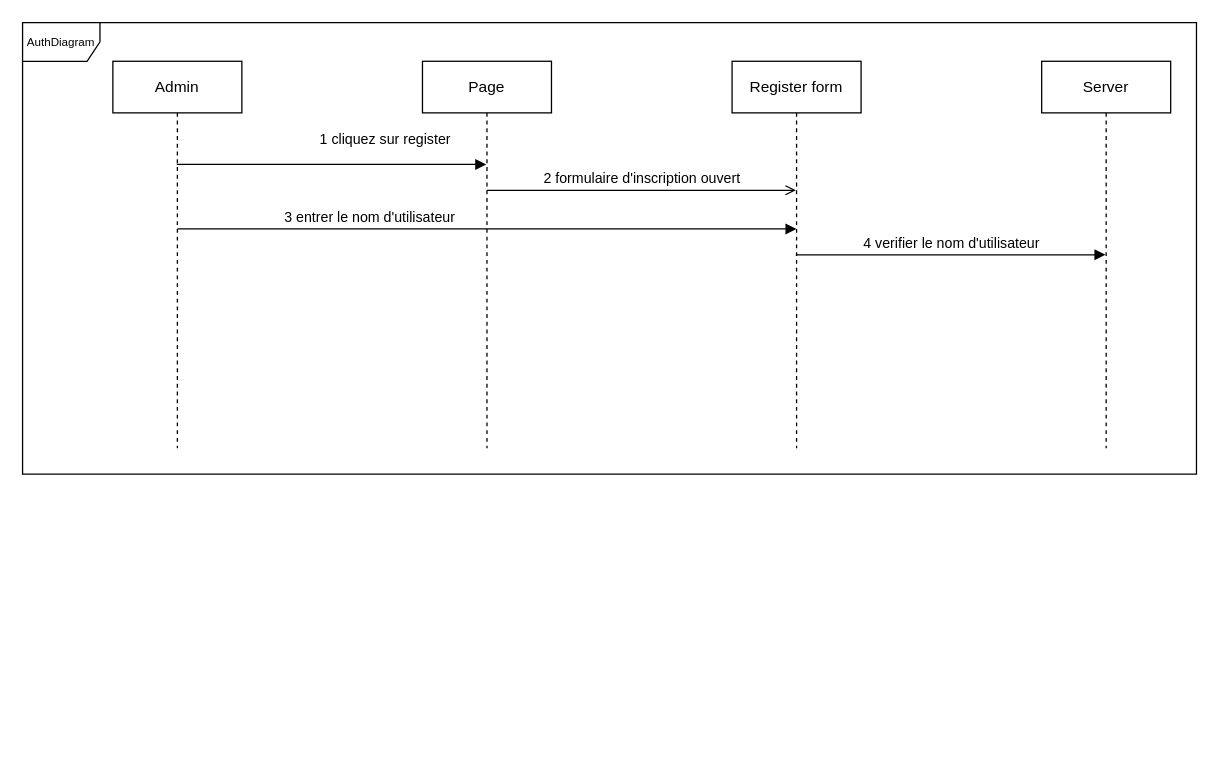
Before: DiagramSequenceAuthCnrst.drawio in hindCode/cnrst, a draw.io diagram. Source tidied: cells renumbered, new cells numbered last; positions are measured from the earlier drawing's top-left corner, leaving out a move shared by most shapes. Both pictures are drawn from the tidied source at 129%, with x=0, y=0 at pixel (22, 22).
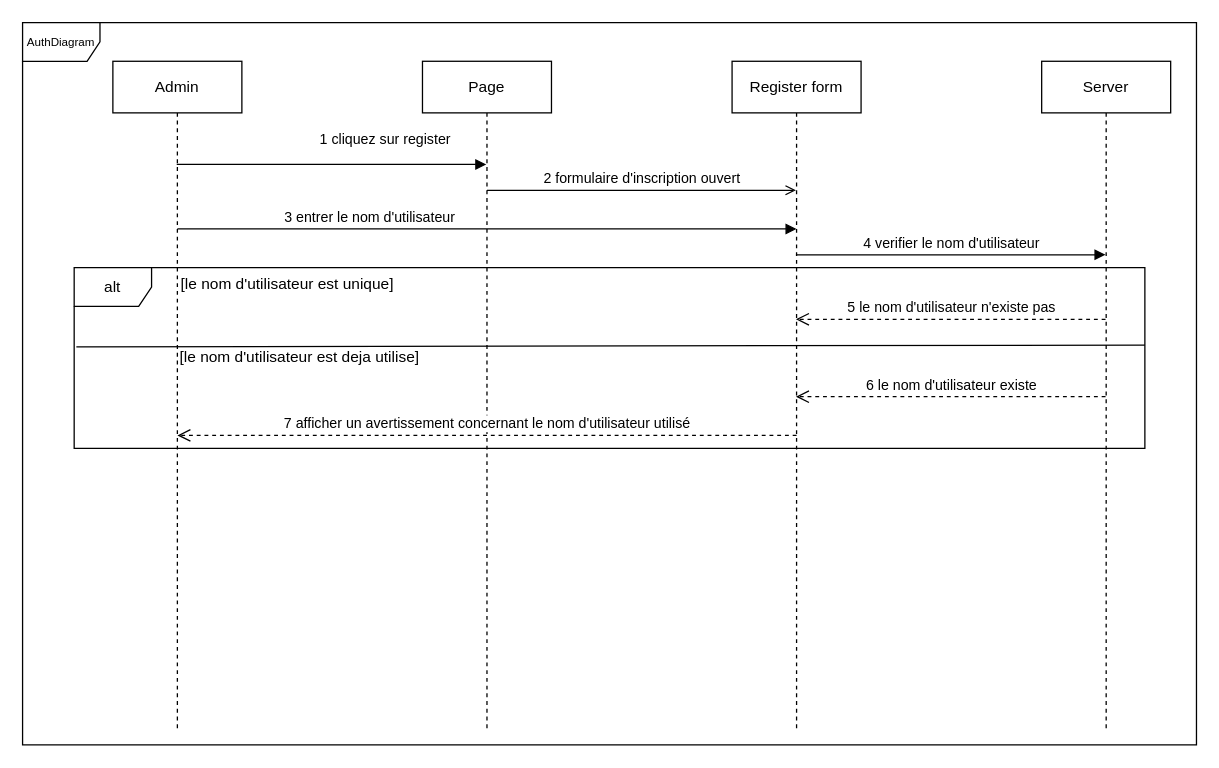
The same page after the edit.

The edit, as a diff of the source:
```diff
@@
     <mxCell id="2" value="Admin" style="shape=umlLifeline;perimeter=lifelinePerimeter;whiteSpace=wrap;html=1;newEdgeStyle={&quot;edgeStyle&quot;:&quot;elbowEdgeStyle&quot;,&quot;elbow&quot;:&quot;vertical&quot;,&quot;curved&quot;:0,&quot;rounded&quot;:0};" parent="1" vertex="1">
-      <mxGeometry x="70" y="30" width="100" height="300" as="geometry" />
+      <mxGeometry x="70" y="30" width="100" height="520" as="geometry" />
     </mxCell>
     <mxCell id="3" value="Page" style="shape=umlLifeline;perimeter=lifelinePerimeter;whiteSpace=wrap;html=1;newEdgeStyle={&quot;edgeStyle&quot;:&quot;elbowEdgeStyle&quot;,&quot;elbow&quot;:&quot;vertical&quot;,&quot;curved&quot;:0,&quot;rounded&quot;:0};" parent="1" vertex="1">
-      <mxGeometry x="310" y="30" width="100" height="300" as="geometry" />
+      <mxGeometry x="310" y="30" width="100" height="520" as="geometry" />
     </mxCell>
     <mxCell id="4" value="Register form" style="shape=umlLifeline;perimeter=lifelinePerimeter;whiteSpace=wrap;html=1;outlineConnect=0;portConstraint=eastwest;newEdgeStyle={&quot;edgeStyle&quot;:&quot;elbowEdgeStyle&quot;,&quot;elbow&quot;:&quot;vertical&quot;,&quot;curved&quot;:0,&quot;rounded&quot;:0};" parent="1" vertex="1">
-      <mxGeometry x="550" y="30" width="100" height="300" as="geometry" />
+      <mxGeometry x="550" y="30" width="100" height="520" as="geometry" />
     </mxCell>
     <mxCell id="5" value="&lt;font style=&quot;font-size: 9px;&quot;&gt;AuthDiagram&lt;/font&gt;" style="shape=umlFrame;whiteSpace=wrap;html=1;" parent="1" vertex="1">
-      <mxGeometry width="910" height="350" as="geometry" />
+      <mxGeometry width="910" height="560" as="geometry" />
     </mxCell>
@@
     <mxCell id="7" value="Server" style="shape=umlLifeline;perimeter=lifelinePerimeter;whiteSpace=wrap;html=1;outlineConnect=0;portConstraint=eastwest;newEdgeStyle={&quot;edgeStyle&quot;:&quot;elbowEdgeStyle&quot;,&quot;elbow&quot;:&quot;vertical&quot;,&quot;curved&quot;:0,&quot;rounded&quot;:0};" parent="1" vertex="1">
-      <mxGeometry x="790" y="30" width="100" height="300" as="geometry" />
+      <mxGeometry x="790" y="30" width="100" height="520" as="geometry" />
     </mxCell>
@@
-    <mxCell id="10" value="4 verifier le nom d'utilisateur" style="html=1;verticalAlign=bottom;endArrow=block;curved=0;rounded=0;" parent="1" edge="1" source="4" target="7">
-      <mxGeometry relative="1" as="geometry" />
+    <mxCell id="10" value="4 verifier le nom d'utilisateur" style="html=1;verticalAlign=bottom;endArrow=block;curved=0;rounded=0;" parent="1" edge="1">
+      <mxGeometry relative="1" as="geometry">
+        <mxPoint x="599.5" y="180" as="sourcePoint" />
+        <mxPoint x="839.5" y="180" as="targetPoint" />
+      </mxGeometry>
     </mxCell>
+    <mxCell id="11" value="alt" style="shape=umlFrame;whiteSpace=wrap;html=1;" parent="1" vertex="1">
+      <mxGeometry x="40" y="190" width="830" height="140" as="geometry" />
+    </mxCell>
+    <mxCell id="12" value="[le nom d'utilisateur est unique]" style="text;html=1;align=center;verticalAlign=middle;strokeColor=none;fillColor=none;" parent="1" vertex="1">
+      <mxGeometry x="110" y="188" width="190" height="30" as="geometry" />
+    </mxCell>
+    <mxCell id="13" style="endArrow=none;html=1;rounded=0;exitX=0;exitY=0.6;exitDx=0;exitDy=0;exitPerimeter=0;entryX=0.998;entryY=0.593;entryDx=0;entryDy=0;entryPerimeter=0;" parent="1" edge="1">
+      <mxGeometry relative="1" as="geometry">
+        <mxPoint x="41.7" y="251.4" as="sourcePoint" />
+        <mxPoint x="870" y="250" as="targetPoint" />
+      </mxGeometry>
+    </mxCell>
+    <mxCell id="14" value="[le nom d'utilisateur est deja utilise]" style="text;html=1;align=center;verticalAlign=middle;whiteSpace=wrap;rounded=0;" parent="1" vertex="1">
+      <mxGeometry x="120" y="250" width="190" height="20" as="geometry" />
+    </mxCell>
+    <mxCell id="15" value="5 le nom d'utilisateur n'existe pas" style="html=1;verticalAlign=bottom;endArrow=open;dashed=1;endSize=8;curved=0;rounded=0;" parent="1" edge="1">
+      <mxGeometry relative="1" as="geometry">
+        <mxPoint x="839.5" y="230" as="sourcePoint" />
+        <mxPoint x="599.5" y="230" as="targetPoint" />
+      </mxGeometry>
+    </mxCell>
+    <mxCell id="16" value="6&amp;nbsp;le nom d'utilisateur existe" style="html=1;verticalAlign=bottom;endArrow=open;dashed=1;endSize=8;curved=0;rounded=0;" parent="1" edge="1" source="7" target="4">
+      <mxGeometry relative="1" as="geometry" />
+    </mxCell>
+    <mxCell id="17" value="7&amp;nbsp;afficher un avertissement concernant le nom d'utilisateur utilisé" style="html=1;verticalAlign=bottom;endArrow=open;dashed=1;endSize=8;curved=0;rounded=0;" parent="1" edge="1">
+      <mxGeometry relative="1" as="geometry">
+        <mxPoint x="600" y="320" as="sourcePoint" />
+        <mxPoint x="120" y="320" as="targetPoint" />
+      </mxGeometry>
+    </mxCell>
```
